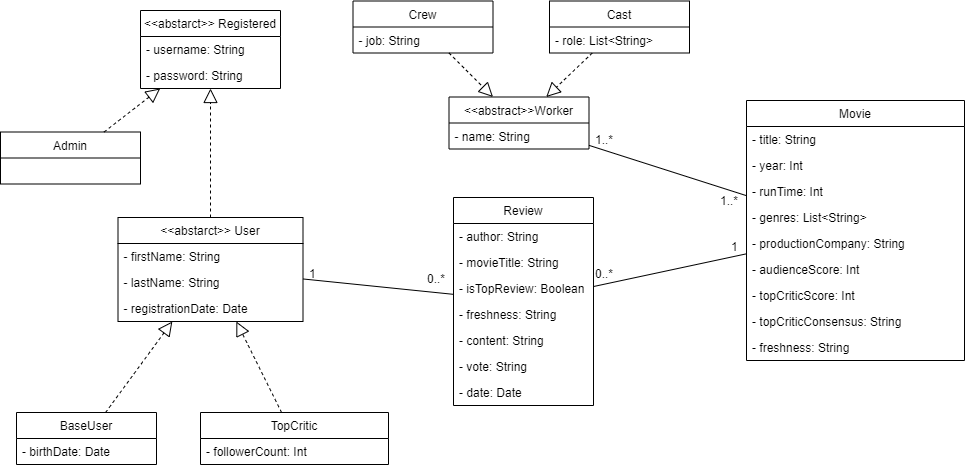
Before: PNG/ClassDiagram.png, a diagram exported from draw.io (glmquint/RottenMovies). Source tidied: cells renumbered, new cells last; positions are measured from the earlier drawing's top-left corner, leaving out a move shared by most shapes. Its diagram source:
```xml
<mxGraphModel>
  <root>
    <mxCell id="0" />
    <mxCell id="1" parent="0" />
    <mxCell id="2" style="edgeStyle=none;rounded=0;orthogonalLoop=1;jettySize=auto;html=1;exitX=1;exitY=0.5;exitDx=0;exitDy=0;entryX=0;entryY=0.5;entryDx=0;entryDy=0;startArrow=none;startFill=0;endArrow=none;endFill=0;" parent="1" edge="1">
      <mxGeometry relative="1" as="geometry">
        <mxPoint x="706" y="505" as="sourcePoint" />
      </mxGeometry>
    </mxCell>
    <mxCell id="3" style="edgeStyle=none;rounded=0;orthogonalLoop=1;jettySize=auto;html=1;exitX=1;exitY=0.5;exitDx=0;exitDy=0;startArrow=none;startFill=0;endArrow=none;endFill=0;entryX=0;entryY=0.5;entryDx=0;entryDy=0;" parent="1" edge="1">
      <mxGeometry relative="1" as="geometry">
        <mxPoint x="571" y="635" as="targetPoint" />
      </mxGeometry>
    </mxCell>
    <mxCell id="4" value="&lt;&lt;abstarct&gt;&gt; Registered" style="swimlane;fontStyle=0;horizontal=1;startSize=26;fillColor=none;" parent="1" vertex="1">
      <mxGeometry x="140" y="10" width="140" height="78" as="geometry" />
    </mxCell>
    <mxCell id="5" value="- username: String" style="text;strokeColor=none;fillColor=none;align=left;verticalAlign=top;spacingLeft=4;spacingRight=4;overflow=hidden;" parent="4" vertex="1">
      <mxGeometry y="26" width="140" height="26" as="geometry" />
    </mxCell>
    <mxCell id="6" value="- password: String" style="text;strokeColor=none;fillColor=none;align=left;verticalAlign=top;spacingLeft=4;spacingRight=4;overflow=hidden;" parent="4" vertex="1">
      <mxGeometry y="52" width="140" height="26" as="geometry" />
    </mxCell>
    <mxCell id="7" value="Admin" style="swimlane;fontStyle=0;horizontal=1;startSize=26;fillColor=none;" parent="1" vertex="1">
      <mxGeometry y="131.5" width="140" height="52" as="geometry" />
    </mxCell>
    <mxCell id="8" style="endArrow=block;dashed=1;endFill=0;endSize=12;html=1;" parent="1" edge="1" source="7" target="4">
      <mxGeometry relative="1" as="geometry" />
    </mxCell>
    <mxCell id="9" value="&lt;&lt;abstarct&gt;&gt; User" style="swimlane;fontStyle=0;horizontal=1;startSize=26;fillColor=none;" parent="1" vertex="1">
      <mxGeometry x="117.5" y="217" width="185" height="104" as="geometry" />
    </mxCell>
    <mxCell id="10" value="- firstName: String" style="text;strokeColor=none;fillColor=none;align=left;verticalAlign=top;spacingLeft=4;spacingRight=4;overflow=hidden;" parent="9" vertex="1">
      <mxGeometry y="26" width="185" height="26" as="geometry" />
    </mxCell>
    <mxCell id="11" value="- lastName: String" style="text;strokeColor=none;fillColor=none;align=left;verticalAlign=top;spacingLeft=4;spacingRight=4;overflow=hidden;" parent="9" vertex="1">
      <mxGeometry y="52" width="185" height="26" as="geometry" />
    </mxCell>
    <mxCell id="12" value="- registrationDate: Date" style="text;strokeColor=none;fillColor=none;align=left;verticalAlign=top;spacingLeft=4;spacingRight=4;overflow=hidden;" parent="9" vertex="1">
      <mxGeometry y="78" width="185" height="26" as="geometry" />
    </mxCell>
    <mxCell id="13" value="BaseUser" style="swimlane;fontStyle=0;horizontal=1;startSize=26;fillColor=none;" parent="1" vertex="1">
      <mxGeometry x="16" y="412" width="140" height="52" as="geometry" />
    </mxCell>
    <mxCell id="14" value="- birthDate: Date" style="text;strokeColor=none;fillColor=none;align=left;verticalAlign=top;spacingLeft=4;spacingRight=4;overflow=hidden;" parent="13" vertex="1">
      <mxGeometry y="26" width="140" height="26" as="geometry" />
    </mxCell>
    <mxCell id="15" value="TopCritic" style="swimlane;fontStyle=0;horizontal=1;startSize=26;fillColor=none;" parent="1" vertex="1">
      <mxGeometry x="200" y="412" width="188" height="52" as="geometry" />
    </mxCell>
    <mxCell id="16" value="- followerCount: Int" style="text;strokeColor=none;fillColor=none;align=left;verticalAlign=top;spacingLeft=4;spacingRight=4;overflow=hidden;" parent="15" vertex="1">
      <mxGeometry y="26" width="188" height="26" as="geometry" />
    </mxCell>
    <mxCell id="17" style="endArrow=block;dashed=1;endFill=0;endSize=12;html=1;" parent="1" edge="1" source="9" target="4">
      <mxGeometry relative="1" as="geometry" />
    </mxCell>
    <mxCell id="18" style="endArrow=block;dashed=1;endFill=0;endSize=12;html=1;" parent="1" edge="1" source="13" target="9">
      <mxGeometry relative="1" as="geometry" />
    </mxCell>
    <mxCell id="19" style="endArrow=block;dashed=1;endFill=0;endSize=12;html=1;" parent="1" edge="1" source="15" target="9">
      <mxGeometry relative="1" as="geometry" />
    </mxCell>
    <mxCell id="20" value="Movie" style="swimlane;fontStyle=0;horizontal=1;startSize=26;fillColor=none;" parent="1" vertex="1">
      <mxGeometry x="746" y="100" width="218" height="260" as="geometry" />
    </mxCell>
    <mxCell id="21" value="- title: String" style="text;strokeColor=none;fillColor=none;align=left;verticalAlign=top;spacingLeft=4;spacingRight=4;overflow=hidden;" parent="20" vertex="1">
      <mxGeometry y="26" width="218" height="26" as="geometry" />
    </mxCell>
    <mxCell id="22" value="- year: Int" style="text;strokeColor=none;fillColor=none;align=left;verticalAlign=top;spacingLeft=4;spacingRight=4;overflow=hidden;" parent="20" vertex="1">
      <mxGeometry y="52" width="218" height="26" as="geometry" />
    </mxCell>
    <mxCell id="23" value="- runTime: Int" style="text;strokeColor=none;fillColor=none;align=left;verticalAlign=top;spacingLeft=4;spacingRight=4;overflow=hidden;" parent="20" vertex="1">
      <mxGeometry y="78" width="218" height="26" as="geometry" />
    </mxCell>
    <mxCell id="24" value="- genres: List&lt;String&gt;" style="text;strokeColor=none;fillColor=none;align=left;verticalAlign=top;spacingLeft=4;spacingRight=4;overflow=hidden;" parent="20" vertex="1">
      <mxGeometry y="104" width="218" height="26" as="geometry" />
    </mxCell>
    <mxCell id="25" value="- productionCompany: String" style="text;strokeColor=none;fillColor=none;align=left;verticalAlign=top;spacingLeft=4;spacingRight=4;overflow=hidden;" parent="20" vertex="1">
      <mxGeometry y="130" width="218" height="26" as="geometry" />
    </mxCell>
    <mxCell id="26" value="- audienceScore: Int" style="text;strokeColor=none;fillColor=none;align=left;verticalAlign=top;spacingLeft=4;spacingRight=4;overflow=hidden;" parent="20" vertex="1">
      <mxGeometry y="156" width="218" height="26" as="geometry" />
    </mxCell>
    <mxCell id="27" value="- topCriticScore: Int" style="text;strokeColor=none;fillColor=none;align=left;verticalAlign=top;spacingLeft=4;spacingRight=4;overflow=hidden;" parent="20" vertex="1">
      <mxGeometry y="182" width="218" height="26" as="geometry" />
    </mxCell>
    <mxCell id="28" value="- topCriticConsensus: String" style="text;strokeColor=none;fillColor=none;align=left;verticalAlign=top;spacingLeft=4;spacingRight=4;overflow=hidden;" parent="20" vertex="1">
      <mxGeometry y="208" width="218" height="26" as="geometry" />
    </mxCell>
    <mxCell id="29" value="- freshness: String" style="text;strokeColor=none;fillColor=none;align=left;verticalAlign=top;spacingLeft=4;spacingRight=4;overflow=hidden;" parent="20" vertex="1">
      <mxGeometry y="234" width="218" height="26" as="geometry" />
    </mxCell>
    <mxCell id="30" value="Review" style="swimlane;fontStyle=0;horizontal=1;startSize=26;fillColor=none;" parent="1" vertex="1">
      <mxGeometry x="453" y="197" width="140" height="208" as="geometry" />
    </mxCell>
    <mxCell id="31" value="- author: String" style="text;strokeColor=none;fillColor=none;align=left;verticalAlign=top;spacingLeft=4;spacingRight=4;overflow=hidden;" parent="30" vertex="1">
      <mxGeometry y="26" width="140" height="26" as="geometry" />
    </mxCell>
    <mxCell id="32" value="- movieTitle: String" style="text;strokeColor=none;fillColor=none;align=left;verticalAlign=top;spacingLeft=4;spacingRight=4;overflow=hidden;" parent="30" vertex="1">
      <mxGeometry y="52" width="140" height="26" as="geometry" />
    </mxCell>
    <mxCell id="33" value="- isTopReview: Boolean" style="text;strokeColor=none;fillColor=none;align=left;verticalAlign=top;spacingLeft=4;spacingRight=4;overflow=hidden;" parent="30" vertex="1">
      <mxGeometry y="78" width="140" height="26" as="geometry" />
    </mxCell>
    <mxCell id="34" value="- freshness: String" style="text;strokeColor=none;fillColor=none;align=left;verticalAlign=top;spacingLeft=4;spacingRight=4;overflow=hidden;" parent="30" vertex="1">
      <mxGeometry y="104" width="140" height="26" as="geometry" />
    </mxCell>
    <mxCell id="35" value="- content: String" style="text;strokeColor=none;fillColor=none;align=left;verticalAlign=top;spacingLeft=4;spacingRight=4;overflow=hidden;" parent="30" vertex="1">
      <mxGeometry y="130" width="140" height="26" as="geometry" />
    </mxCell>
    <mxCell id="36" value="- vote: String" style="text;strokeColor=none;fillColor=none;align=left;verticalAlign=top;spacingLeft=4;spacingRight=4;overflow=hidden;" parent="30" vertex="1">
      <mxGeometry y="156" width="140" height="26" as="geometry" />
    </mxCell>
    <mxCell id="37" value="- date: Date" style="text;strokeColor=none;fillColor=none;align=left;verticalAlign=top;spacingLeft=4;spacingRight=4;overflow=hidden;" parent="30" vertex="1">
      <mxGeometry y="182" width="140" height="26" as="geometry" />
    </mxCell>
    <mxCell id="38" value="&lt;&lt;abstract&gt;&gt;Worker" style="swimlane;fontStyle=0;horizontal=1;startSize=26;fillColor=none;" parent="1" vertex="1">
      <mxGeometry x="448.5" y="96.5" width="140" height="52" as="geometry" />
    </mxCell>
    <mxCell id="39" value="- name: String" style="text;strokeColor=none;fillColor=none;align=left;verticalAlign=top;spacingLeft=4;spacingRight=4;overflow=hidden;" parent="38" vertex="1">
      <mxGeometry y="26" width="140" height="26" as="geometry" />
    </mxCell>
    <mxCell id="40" value="Crew" style="swimlane;fontStyle=0;horizontal=1;startSize=26;fillColor=none;" parent="1" vertex="1">
      <mxGeometry x="352.5" y="0.5" width="140" height="52" as="geometry" />
    </mxCell>
    <mxCell id="41" value="- job: String" style="text;strokeColor=none;fillColor=none;align=left;verticalAlign=top;spacingLeft=4;spacingRight=4;overflow=hidden;" parent="40" vertex="1">
      <mxGeometry y="26" width="140" height="26" as="geometry" />
    </mxCell>
    <mxCell id="42" value="Cast" style="swimlane;fontStyle=0;horizontal=1;startSize=26;fillColor=none;" parent="1" vertex="1">
      <mxGeometry x="549" y="0.5" width="140" height="52" as="geometry" />
    </mxCell>
    <mxCell id="43" value="- role: List&lt;String&gt;" style="text;strokeColor=none;fillColor=none;align=left;verticalAlign=top;spacingLeft=4;spacingRight=4;overflow=hidden;" parent="42" vertex="1">
      <mxGeometry y="26" width="140" height="26" as="geometry" />
    </mxCell>
    <mxCell id="44" style="endArrow=block;dashed=1;endFill=0;endSize=12;html=1;" parent="1" edge="1" source="42" target="38">
      <mxGeometry relative="1" as="geometry" />
    </mxCell>
    <mxCell id="45" style="endArrow=block;dashed=1;endFill=0;endSize=12;html=1;" parent="1" edge="1" source="40" target="38">
      <mxGeometry relative="1" as="geometry" />
    </mxCell>
    <mxCell id="46" style="endArrow=none;endFill=0;endSize=12;html=1;" parent="1" edge="1" source="20" target="30">
      <mxGeometry relative="1" as="geometry" />
    </mxCell>
    <mxCell id="47" style="rounded=0;jettySize=auto;html=1;endArrow=none;endFill=0;" parent="1" edge="1" source="20" target="38">
      <mxGeometry relative="1" as="geometry" />
    </mxCell>
    <mxCell id="48" value="1..*" style="text;html=1;align=left;verticalAlign=top;spacingTop=-4;" parent="1" vertex="1">
      <mxGeometry x="718" y="191" width="28" height="14" as="geometry" />
    </mxCell>
    <mxCell id="49" value="1..*" style="text;html=1;align=left;verticalAlign=top;spacingTop=-4;" parent="1" vertex="1">
      <mxGeometry x="593" y="130" width="28" height="14" as="geometry" />
    </mxCell>
    <mxCell id="50" value="1" style="text;html=1;align=left;verticalAlign=top;spacingTop=-4;" parent="1" vertex="1">
      <mxGeometry x="729" y="237" width="17" height="14" as="geometry" />
    </mxCell>
    <mxCell id="51" value="0..*" style="text;html=1;align=left;verticalAlign=top;spacingTop=-4;" parent="1" vertex="1">
      <mxGeometry x="593" y="264" width="28" height="14" as="geometry" />
    </mxCell>
    <mxCell id="52" style="endArrow=none;endFill=0;endSize=12;html=1;" parent="1" edge="1" source="30" target="9">
      <mxGeometry relative="1" as="geometry" />
    </mxCell>
    <mxCell id="53" value="0..*" style="text;html=1;align=left;verticalAlign=top;spacingTop=-4;" parent="1" vertex="1">
      <mxGeometry x="425" y="269" width="28" height="14" as="geometry" />
    </mxCell>
    <mxCell id="54" value="1" style="text;html=1;align=left;verticalAlign=top;spacingTop=-4;" parent="1" vertex="1">
      <mxGeometry x="307" y="264" width="17" height="14" as="geometry" />
    </mxCell>
  </root>
</mxGraphModel>
```
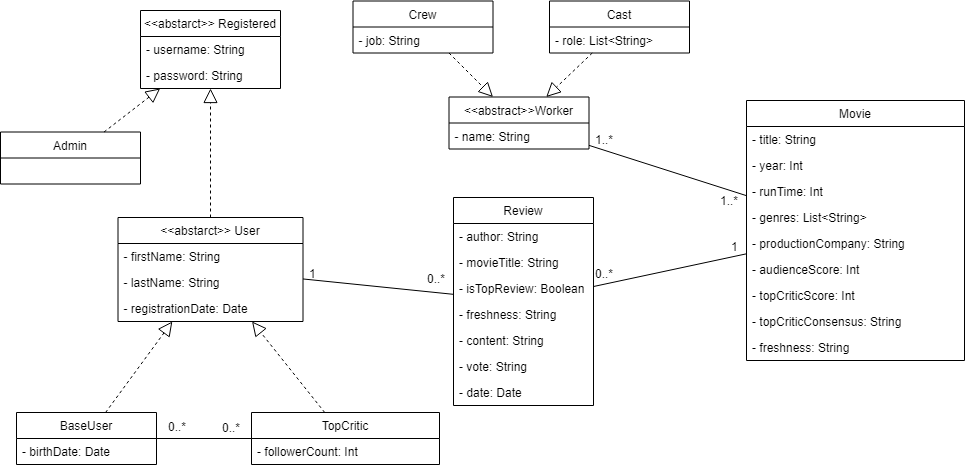
After the commit.

Commit message:
last minute change user-follows-topcritic relationship in uml diagram

What changed in the source:
```diff
@@ -46,7 +46,7 @@
       <mxGeometry y="26" width="140" height="26" as="geometry" />
     </mxCell>
     <mxCell id="15" value="TopCritic" style="swimlane;fontStyle=0;horizontal=1;startSize=26;fillColor=none;" parent="1" vertex="1">
-      <mxGeometry x="200" y="412" width="188" height="52" as="geometry" />
+      <mxGeometry x="251" y="412" width="188" height="52" as="geometry" />
     </mxCell>
     <mxCell id="16" value="- followerCount: Int" style="text;strokeColor=none;fillColor=none;align=left;verticalAlign=top;spacingLeft=4;spacingRight=4;overflow=hidden;" parent="15" vertex="1">
       <mxGeometry y="26" width="188" height="26" as="geometry" />
@@ -165,5 +165,14 @@
     <mxCell id="54" value="1" style="text;html=1;align=left;verticalAlign=top;spacingTop=-4;" parent="1" vertex="1">
       <mxGeometry x="307" y="264" width="17" height="14" as="geometry" />
     </mxCell>
+    <mxCell id="55" style="endArrow=none;endFill=0;endSize=12;html=1;" parent="1" edge="1" source="15" target="13">
+      <mxGeometry relative="1" as="geometry" />
+    </mxCell>
+    <mxCell id="56" value="0..*" style="text;html=1;align=left;verticalAlign=top;spacingTop=-4;" parent="1" vertex="1">
+      <mxGeometry x="166" y="417" width="28" height="14" as="geometry" />
+    </mxCell>
+    <mxCell id="57" value="0..*" style="text;html=1;align=left;verticalAlign=top;spacingTop=-4;" parent="1" vertex="1">
+      <mxGeometry x="220" y="418" width="28" height="14" as="geometry" />
+    </mxCell>
   </root>
 </mxGraphModel>
```
